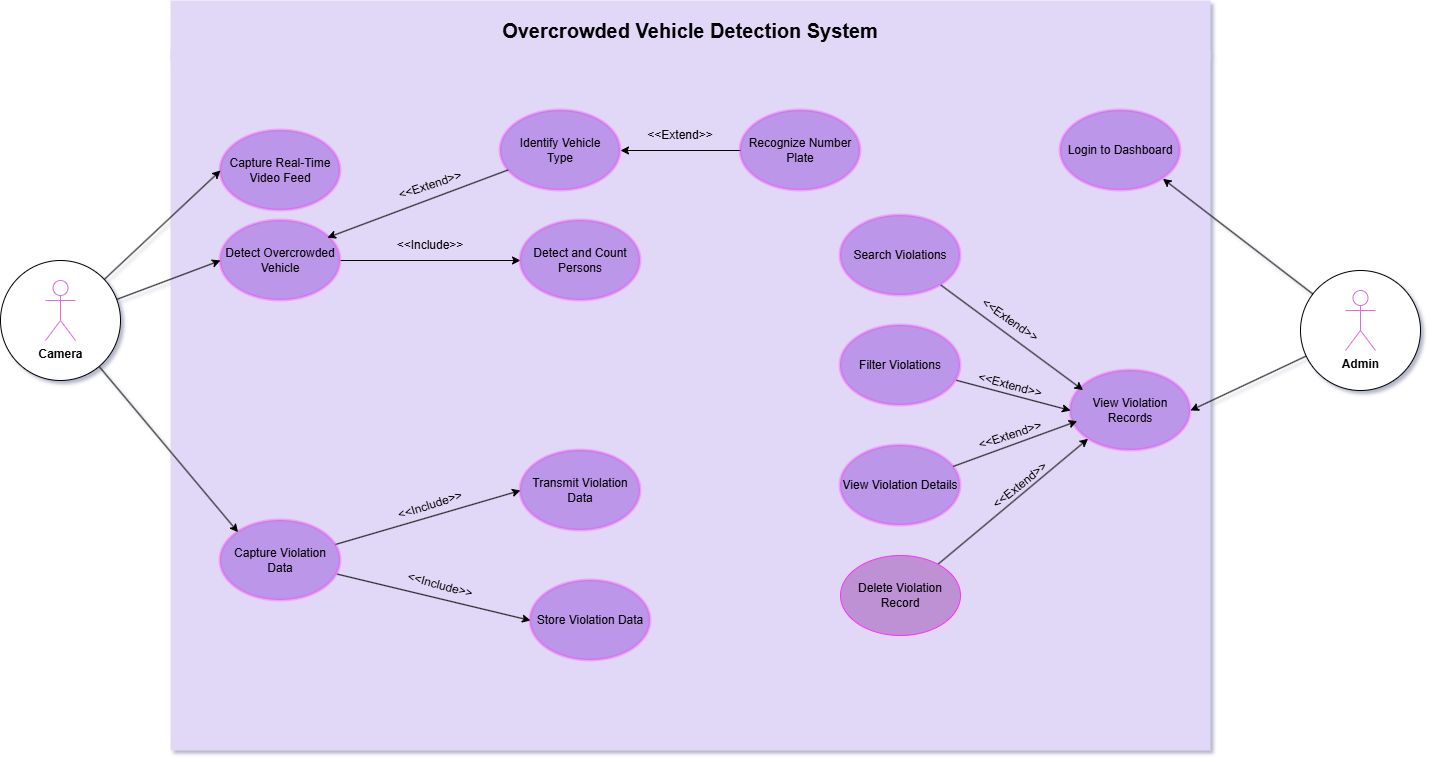
Earlier version of the draw.io export Use Case Diagram.png (safe-ride-AI/unsafe-passenger-detection). Source tidied: cells renumbered, new cells last; positions are measured from the earlier drawing's top-left corner, leaving out a move shared by most shapes.
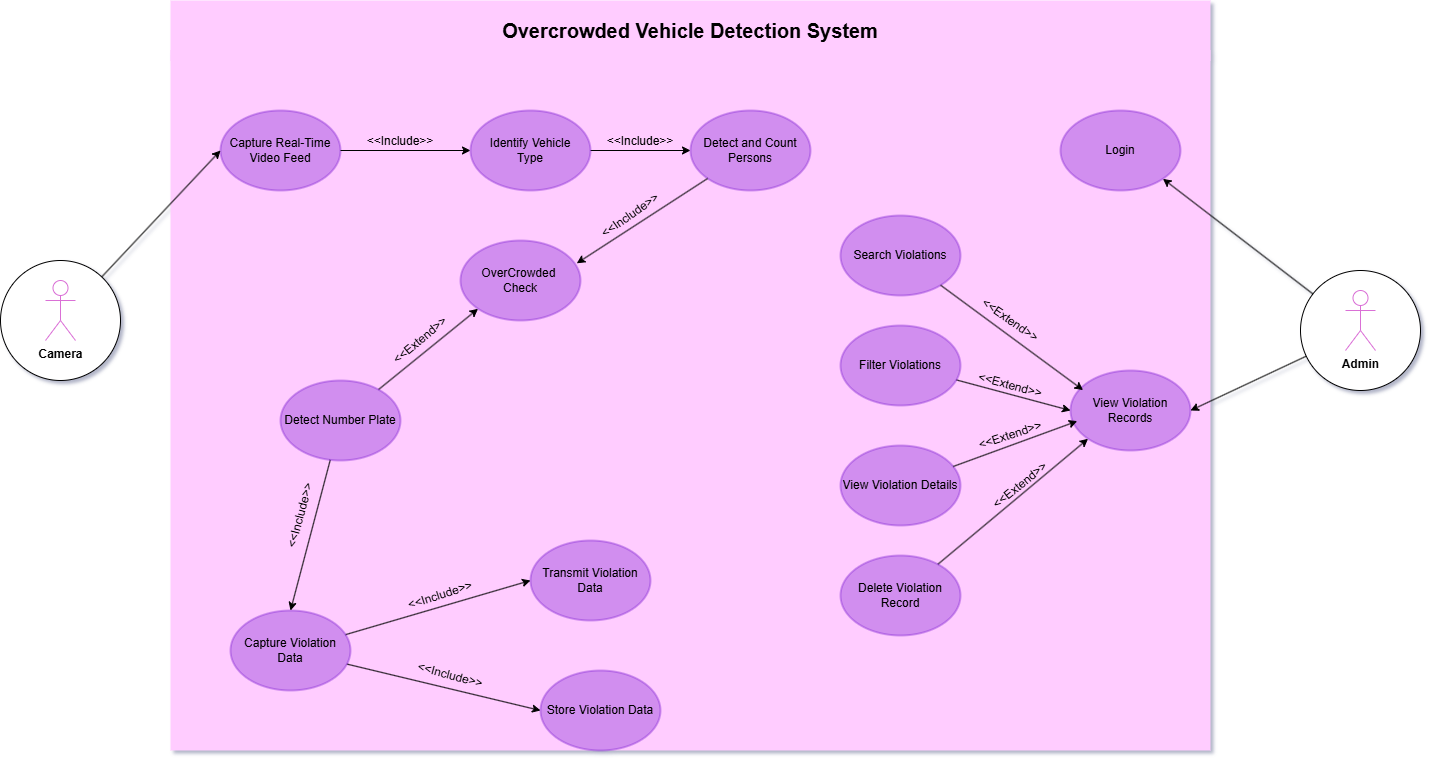
Above is the later version.

Commit message:
Functional Requirements and Use case diagram updated

Change to the diagram source:
```diff
@@ -4,19 +4,16 @@
     <mxCell id="1" parent="0" />
-    <mxCell id="2" style="rounded=0;whiteSpace=wrap;html=1;fillColor=light-dark(#E1D8F7,#E1D8F7);strokeColor=none;" parent="1" vertex="1">
+    <mxCell id="2" style="rounded=0;whiteSpace=wrap;html=1;fillColor=light-dark(#FFCCFF,#FFCCFF);strokeColor=none;" parent="1" vertex="1">
       <mxGeometry x="170" y="50" width="1040" height="700" as="geometry" />
     </mxCell>
-    <mxCell id="3" value="&lt;font style=&quot;color: light-dark(rgb(0, 0, 0), rgb(0, 0, 0));&quot;&gt;Capture Real-Time Video Feed&lt;/font&gt;" style="ellipse;whiteSpace=wrap;html=1;fillColor=light-dark(#6600CC,#7F00FF);fontColor=#000000;strokeColor=light-dark(#FF2EFF,#FF2EFF);fillStyle=auto;gradientColor=none;strokeWidth=3;opacity=30;" parent="1" vertex="1">
-      <mxGeometry x="220" y="130" width="120" height="80" as="geometry" />
+    <mxCell id="3" value="&lt;font style=&quot;color: light-dark(rgb(0, 0, 0), rgb(0, 0, 0));&quot;&gt;Capture Real-Time Video Feed&lt;/font&gt;" style="ellipse;whiteSpace=wrap;html=1;fillColor=light-dark(#6600CC,#6600CC);fontColor=#000000;strokeColor=light-dark(#6600CC,#6600CC);fillStyle=auto;gradientColor=none;strokeWidth=2;opacity=30;" parent="1" vertex="1">
+      <mxGeometry x="220" y="110" width="120" height="80" as="geometry" />
     </mxCell>
-    <mxCell id="4" style="edgeStyle=orthogonalEdgeStyle;rounded=0;jettySize=auto;html=1;entryX=0;entryY=0.5;entryDx=0;entryDy=0;strokeColor=light-dark(#000000,#000000);" parent="1" edge="1" source="5" target="6">
+    <mxCell id="4" style="edgeStyle=orthogonalEdgeStyle;rounded=0;jettySize=auto;html=1;entryX=0;entryY=0.5;entryDx=0;entryDy=0;strokeColor=light-dark(#000000,#000000);exitX=1;exitY=0.5;exitDx=0;exitDy=0;" parent="1" edge="1" source="3" target="9">
       <mxGeometry relative="1" as="geometry" />
     </mxCell>
-    <mxCell id="5" value="&lt;font style=&quot;color: light-dark(rgb(0, 0, 0), rgb(0, 0, 0));&quot;&gt;Detect Overcrowded Vehicle&lt;/font&gt;" style="ellipse;whiteSpace=wrap;html=1;fillColor=light-dark(#6600CC,#7F00FF);fontColor=#000000;strokeColor=light-dark(#FF2EFF,#FF2EFF);fillStyle=auto;gradientColor=none;strokeWidth=3;opacity=30;" parent="1" vertex="1">
-      <mxGeometry x="220" y="220" width="120" height="80" as="geometry" />
-    </mxCell>
-    <mxCell id="6" value="&lt;font style=&quot;color: light-dark(rgb(0, 0, 0), rgb(0, 0, 0));&quot;&gt;Detect and Count Persons&lt;/font&gt;" style="ellipse;whiteSpace=wrap;html=1;fillColor=light-dark(#6600CC,#7F00FF);fontColor=#000000;strokeColor=light-dark(#FF2EFF,#FF2EFF);fillStyle=auto;gradientColor=none;strokeWidth=3;opacity=30;" parent="1" vertex="1">
-      <mxGeometry x="520" y="220" width="120" height="80" as="geometry" />
+    <mxCell id="6" value="&lt;font style=&quot;color: light-dark(rgb(0, 0, 0), rgb(0, 0, 0));&quot;&gt;Detect and Count Persons&lt;/font&gt;" style="ellipse;whiteSpace=wrap;html=1;fillColor=light-dark(#6600CC,#6600CC);fontColor=#000000;strokeColor=light-dark(#6600CC,#6600CC);fillStyle=auto;gradientColor=none;strokeWidth=2;opacity=30;" parent="1" vertex="1">
+      <mxGeometry x="690" y="110" width="120" height="80" as="geometry" />
     </mxCell>
     <mxCell id="7" value="&lt;font style=&quot;color: light-dark(rgb(0, 0, 0), rgb(0, 0, 0));&quot;&gt;&amp;lt;&amp;lt;Include&amp;gt;&amp;gt;&lt;/font&gt;" style="text;html=1;whiteSpace=wrap;strokeColor=none;fillColor=none;align=center;verticalAlign=middle;rounded=0;" parent="1" vertex="1">
-      <mxGeometry x="400" y="230" width="60" height="30" as="geometry" />
+      <mxGeometry x="370" y="126" width="60" height="30" as="geometry" />
     </mxCell>
@@ -25,11 +22,8 @@
     </mxCell>
+    <mxCell id="45" style="edgeStyle=orthogonalEdgeStyle;rounded=0;jettySize=auto;html=1;entryX=0;entryY=0.5;entryDx=0;entryDy=0;strokeColor=light-dark(#000000,#000000);" parent="1" edge="1" source="9" target="6">
+      <mxGeometry relative="1" as="geometry" />
+    </mxCell>
-    <mxCell id="9" value="&lt;font style=&quot;color: light-dark(rgb(0, 0, 0), rgb(0, 0, 0));&quot;&gt;Identify Vehicle&lt;/font&gt;&lt;div&gt;&lt;span style=&quot;color: light-dark(rgb(0, 0, 0), rgb(0, 0, 0)); background-color: transparent;&quot;&gt;Type&lt;/span&gt;&lt;/div&gt;" style="ellipse;whiteSpace=wrap;html=1;fillColor=light-dark(#6600CC,#7F00FF);fontColor=#000000;strokeColor=light-dark(#FF2EFF,#FF2EFF);fillStyle=auto;gradientColor=none;strokeWidth=3;opacity=30;" parent="1" vertex="1">
-      <mxGeometry x="500" y="110" width="120" height="80" as="geometry" />
+    <mxCell id="9" value="&lt;font style=&quot;color: light-dark(rgb(0, 0, 0), rgb(0, 0, 0));&quot;&gt;Identify Vehicle&lt;/font&gt;&lt;div&gt;&lt;span style=&quot;color: light-dark(rgb(0, 0, 0), rgb(0, 0, 0)); background-color: transparent;&quot;&gt;Type&lt;/span&gt;&lt;/div&gt;" style="ellipse;whiteSpace=wrap;html=1;fillColor=light-dark(#6600CC,#6600CC);fontColor=#000000;strokeColor=light-dark(#6600CC,#6600CC);fillStyle=auto;gradientColor=none;strokeWidth=2;opacity=30;" parent="1" vertex="1">
+      <mxGeometry x="470" y="110" width="120" height="80" as="geometry" />
     </mxCell>
-    <mxCell id="10" style="rounded=0;jettySize=auto;html=1;entryX=0.891;entryY=0.214;entryDx=0;entryDy=0;entryPerimeter=0;strokeColor=light-dark(#000000,#000000);" parent="1" edge="1" source="9" target="5">
-      <mxGeometry relative="1" as="geometry" />
-    </mxCell>
-    <mxCell id="11" value="&lt;font style=&quot;color: light-dark(rgb(0, 0, 0), rgb(0, 0, 0));&quot;&gt;&amp;lt;&amp;lt;Extend&amp;gt;&amp;gt;&lt;/font&gt;" style="text;html=1;whiteSpace=wrap;strokeColor=none;fillColor=none;align=center;verticalAlign=middle;rounded=0;rotation=-18;" parent="1" vertex="1">
-      <mxGeometry x="400" y="170" width="60" height="30" as="geometry" />
-    </mxCell>
     <mxCell id="12" style="rounded=0;jettySize=auto;html=1;entryX=0;entryY=0.5;entryDx=0;entryDy=0;strokeColor=light-dark(#000000,#000000);" parent="1" edge="1" source="14" target="15">
@@ -40,24 +34,24 @@
     </mxCell>
-    <mxCell id="14" value="&lt;font style=&quot;color: light-dark(rgb(0, 0, 0), rgb(0, 0, 0));&quot;&gt;Capture Violation Data&lt;/font&gt;" style="ellipse;whiteSpace=wrap;html=1;fillColor=light-dark(#6600CC,#7F00FF);fontColor=#000000;strokeColor=light-dark(#FF2EFF,#FF2EFF);fillStyle=auto;gradientColor=none;strokeWidth=3;opacity=30;" parent="1" vertex="1">
-      <mxGeometry x="220" y="520" width="120" height="80" as="geometry" />
+    <mxCell id="14" value="&lt;font style=&quot;color: light-dark(rgb(0, 0, 0), rgb(0, 0, 0));&quot;&gt;Capture Violation Data&lt;/font&gt;" style="ellipse;whiteSpace=wrap;html=1;fillColor=light-dark(#6600CC,#6600CC);fontColor=#000000;strokeColor=light-dark(#6600CC,#6600CC);fillStyle=auto;gradientColor=none;strokeWidth=2;opacity=30;" parent="1" vertex="1">
+      <mxGeometry x="230" y="610" width="120" height="80" as="geometry" />
     </mxCell>
-    <mxCell id="15" value="&lt;font style=&quot;color: light-dark(rgb(0, 0, 0), rgb(0, 0, 0));&quot;&gt;Transmit Violation Data&lt;/font&gt;" style="ellipse;whiteSpace=wrap;html=1;fillColor=light-dark(#6600CC,#7F00FF);fontColor=#000000;strokeColor=light-dark(#FF2EFF,#FF2EFF);fillStyle=auto;gradientColor=none;strokeWidth=3;opacity=30;" parent="1" vertex="1">
-      <mxGeometry x="520" y="450" width="120" height="80" as="geometry" />
+    <mxCell id="15" value="&lt;font style=&quot;color: light-dark(rgb(0, 0, 0), rgb(0, 0, 0));&quot;&gt;Transmit Violation Data&lt;/font&gt;" style="ellipse;whiteSpace=wrap;html=1;fillColor=light-dark(#6600CC,#6600CC);fontColor=#000000;strokeColor=light-dark(#6600CC,#6600CC);fillStyle=auto;gradientColor=none;strokeWidth=2;opacity=30;" parent="1" vertex="1">
+      <mxGeometry x="530" y="540" width="120" height="80" as="geometry" />
     </mxCell>
-    <mxCell id="16" value="&lt;font style=&quot;color: light-dark(rgb(0, 0, 0), rgb(0, 0, 0));&quot;&gt;Store Violation Data&lt;/font&gt;" style="ellipse;whiteSpace=wrap;html=1;fillColor=light-dark(#6600CC,#7F00FF);fontColor=#000000;strokeColor=light-dark(#FF2EFF,#FF2EFF);fillStyle=auto;gradientColor=none;strokeWidth=3;opacity=30;" parent="1" vertex="1">
-      <mxGeometry x="530" y="580" width="120" height="80" as="geometry" />
+    <mxCell id="16" value="&lt;font style=&quot;color: light-dark(rgb(0, 0, 0), rgb(0, 0, 0));&quot;&gt;Store Violation Data&lt;/font&gt;" style="ellipse;whiteSpace=wrap;html=1;fillColor=light-dark(#6600CC,#6600CC);fontColor=#000000;strokeColor=light-dark(#6600CC,#6600CC);fillStyle=auto;gradientColor=none;strokeWidth=2;opacity=30;" parent="1" vertex="1">
+      <mxGeometry x="540" y="670" width="120" height="80" as="geometry" />
     </mxCell>
     <mxCell id="17" value="&lt;font style=&quot;color: light-dark(rgb(0, 0, 0), rgb(0, 0, 0));&quot;&gt;&amp;lt;&amp;lt;Include&amp;gt;&amp;gt;&lt;/font&gt;" style="text;html=1;whiteSpace=wrap;strokeColor=none;fillColor=none;align=center;verticalAlign=middle;rounded=0;rotation=-18;" parent="1" vertex="1">
-      <mxGeometry x="400" y="490" width="60" height="30" as="geometry" />
+      <mxGeometry x="410" y="580" width="60" height="30" as="geometry" />
     </mxCell>
     <mxCell id="18" value="&lt;font style=&quot;color: light-dark(rgb(0, 0, 0), rgb(0, 0, 0));&quot;&gt;&amp;lt;&amp;lt;Include&amp;gt;&amp;gt;&lt;/font&gt;" style="text;html=1;whiteSpace=wrap;strokeColor=none;fillColor=none;align=center;verticalAlign=middle;rounded=0;rotation=15;" parent="1" vertex="1">
-      <mxGeometry x="410" y="570" width="60" height="30" as="geometry" />
+      <mxGeometry x="420" y="660" width="60" height="30" as="geometry" />
     </mxCell>
-    <mxCell id="19" value="&lt;font style=&quot;color: light-dark(rgb(0, 0, 0), rgb(0, 0, 0));&quot;&gt;Login to Dashboard&lt;/font&gt;" style="ellipse;whiteSpace=wrap;html=1;fillColor=light-dark(#6600CC,#7F00FF);fontColor=#000000;strokeColor=light-dark(#FF2EFF,#FF2EFF);fillStyle=auto;gradientColor=none;strokeWidth=3;opacity=30;" parent="1" vertex="1">
+    <mxCell id="19" value="&lt;font style=&quot;color: light-dark(rgb(0, 0, 0), rgb(0, 0, 0));&quot;&gt;Login&lt;/font&gt;" style="ellipse;whiteSpace=wrap;html=1;fillColor=light-dark(#6600CC,#6600CC);fontColor=#000000;strokeColor=light-dark(#6600CC,#6600CC);fillStyle=auto;gradientColor=none;strokeWidth=2;opacity=30;" parent="1" vertex="1">
       <mxGeometry x="1060" y="110" width="120" height="80" as="geometry" />
     </mxCell>
-    <mxCell id="20" value="&lt;font style=&quot;color: light-dark(rgb(0, 0, 0), rgb(0, 0, 0));&quot;&gt;View Violation Records&lt;/font&gt;" style="ellipse;whiteSpace=wrap;html=1;fillColor=light-dark(#6600CC,#7F00FF);fontColor=#000000;strokeColor=light-dark(#FF2EFF,#FF2EFF);fillStyle=auto;gradientColor=none;strokeWidth=3;opacity=30;" parent="1" vertex="1">
+    <mxCell id="20" value="&lt;font style=&quot;color: light-dark(rgb(0, 0, 0), rgb(0, 0, 0));&quot;&gt;View Violation Records&lt;/font&gt;" style="ellipse;whiteSpace=wrap;html=1;fillColor=light-dark(#6600CC,#6600CC);fontColor=#000000;strokeColor=light-dark(#6600CC,#6600CC);fillStyle=auto;gradientColor=none;strokeWidth=2;opacity=30;" parent="1" vertex="1">
       <mxGeometry x="1070" y="370" width="120" height="80" as="geometry" />
     </mxCell>
-    <mxCell id="21" value="&lt;font style=&quot;color: light-dark(rgb(0, 0, 0), rgb(0, 0, 0));&quot;&gt;Search Violations&lt;/font&gt;" style="ellipse;whiteSpace=wrap;html=1;fillColor=light-dark(#6600CC,#7F00FF);fontColor=#000000;strokeColor=light-dark(#FF2EFF,#FF2EFF);fillStyle=auto;gradientColor=none;strokeWidth=3;opacity=30;" parent="1" vertex="1">
+    <mxCell id="21" value="&lt;font style=&quot;color: light-dark(rgb(0, 0, 0), rgb(0, 0, 0));&quot;&gt;Search Violations&lt;/font&gt;" style="ellipse;whiteSpace=wrap;html=1;fillColor=light-dark(#6600CC,#6600CC);fontColor=#000000;strokeColor=light-dark(#6600CC,#6600CC);fillStyle=auto;gradientColor=none;strokeWidth=2;opacity=30;" parent="1" vertex="1">
       <mxGeometry x="840" y="215" width="120" height="80" as="geometry" />
@@ -67,6 +61,6 @@
     </mxCell>
-    <mxCell id="23" value="&lt;font style=&quot;color: light-dark(rgb(0, 0, 0), rgb(0, 0, 0));&quot;&gt;Filter Violations&lt;/font&gt;" style="ellipse;whiteSpace=wrap;html=1;fillColor=light-dark(#6600CC,#7F00FF);fontColor=#000000;strokeColor=light-dark(#FF2EFF,#FF2EFF);fillStyle=auto;gradientColor=none;strokeWidth=3;opacity=30;" parent="1" vertex="1">
+    <mxCell id="23" value="&lt;font style=&quot;color: light-dark(rgb(0, 0, 0), rgb(0, 0, 0));&quot;&gt;Filter Violations&lt;/font&gt;" style="ellipse;whiteSpace=wrap;html=1;fillColor=light-dark(#6600CC,#6600CC);fontColor=#000000;strokeColor=light-dark(#6600CC,#6600CC);fillStyle=auto;gradientColor=none;strokeWidth=2;opacity=30;" parent="1" vertex="1">
       <mxGeometry x="840" y="325" width="120" height="80" as="geometry" />
     </mxCell>
-    <mxCell id="24" value="&lt;font style=&quot;color: light-dark(rgb(0, 0, 0), rgb(0, 0, 0));&quot;&gt;View Violation Details&lt;/font&gt;" style="ellipse;whiteSpace=wrap;html=1;fillColor=light-dark(#6600CC,#7F00FF);fontColor=#000000;strokeColor=light-dark(#FF2EFF,#FF2EFF);fillStyle=auto;gradientColor=none;strokeWidth=3;opacity=30;" parent="1" vertex="1">
+    <mxCell id="24" value="&lt;font style=&quot;color: light-dark(rgb(0, 0, 0), rgb(0, 0, 0));&quot;&gt;View Violation Details&lt;/font&gt;" style="ellipse;whiteSpace=wrap;html=1;fillColor=light-dark(#6600CC,#6600CC);fontColor=#000000;strokeColor=light-dark(#6600CC,#6600CC);fillStyle=auto;gradientColor=none;strokeWidth=2;opacity=30;" parent="1" vertex="1">
       <mxGeometry x="840" y="445" width="120" height="80" as="geometry" />
@@ -76,6 +70,6 @@
     </mxCell>
-    <mxCell id="26" value="&lt;font style=&quot;color: light-dark(rgb(0, 0, 0), rgb(0, 0, 0));&quot;&gt;Delete Violation Record&lt;/font&gt;" style="ellipse;whiteSpace=wrap;html=1;fillColor=light-dark(#BE90D4,#BE90D4);fontColor=#000000;strokeColor=light-dark(#FF2EFF,#FF2EFF);fillStyle=auto;gradientColor=none;strokeWidth=1;" parent="1" vertex="1">
+    <mxCell id="26" value="&lt;font style=&quot;color: light-dark(rgb(0, 0, 0), rgb(0, 0, 0));&quot;&gt;Delete Violation Record&lt;/font&gt;" style="ellipse;whiteSpace=wrap;html=1;fillColor=light-dark(#6600CC,#6600CC);fontColor=#000000;strokeColor=light-dark(#6600CC,#6600CC);fillStyle=auto;gradientColor=none;strokeWidth=2;opacity=30;" parent="1" vertex="1">
       <mxGeometry x="840" y="555" width="120" height="80" as="geometry" />
     </mxCell>
-    <mxCell id="27" value="&lt;font style=&quot;color: light-dark(rgb(0, 0, 0), rgb(0, 0, 0)); font-size: 20px;&quot;&gt;&lt;b style=&quot;&quot;&gt;Overcrowded Vehicle Detection System&lt;/b&gt;&lt;/font&gt;" style="rounded=0;whiteSpace=wrap;html=1;fillColor=light-dark(#E1D8F7,#E1D8F7);strokeColor=none;" parent="1" vertex="1">
+    <mxCell id="27" value="&lt;font style=&quot;color: light-dark(rgb(0, 0, 0), rgb(0, 0, 0)); font-size: 20px;&quot;&gt;&lt;b style=&quot;&quot;&gt;Overcrowded Vehicle Detection System&lt;/b&gt;&lt;/font&gt;" style="rounded=0;whiteSpace=wrap;html=1;fillColor=light-dark(#FFCCFF,#FFCCFF);strokeColor=none;" parent="1" vertex="1">
       <mxGeometry x="170" width="1040" height="60" as="geometry" />
@@ -85,8 +79,2 @@
     </mxCell>
-    <mxCell id="29" style="rounded=0;jettySize=auto;html=1;entryX=0;entryY=0.5;entryDx=0;entryDy=0;strokeColor=light-dark(#000000,#000000);" parent="1" edge="1" source="31" target="5">
-      <mxGeometry relative="1" as="geometry" />
-    </mxCell>
-    <mxCell id="30" style="rounded=0;jettySize=auto;html=1;entryX=0;entryY=0;entryDx=0;entryDy=0;strokeColor=light-dark(#000000,#000000);" parent="1" edge="1" source="31" target="14">
-      <mxGeometry relative="1" as="geometry" />
-    </mxCell>
     <mxCell id="31" style="ellipse;whiteSpace=wrap;html=1;strokeColor=default;fillColor=light-dark(#FFFFFF,#E1D8F7);" parent="1" vertex="1">
@@ -124,11 +112,29 @@
     </mxCell>
-    <mxCell id="42" style="edgeStyle=orthogonalEdgeStyle;rounded=0;jettySize=auto;html=1;entryX=1;entryY=0.5;entryDx=0;entryDy=0;strokeColor=light-dark(#000000,#000000);" parent="1" edge="1" source="43" target="9">
-      <mxGeometry relative="1" as="geometry" />
-    </mxCell>
+    <mxCell id="46" style="rounded=0;jettySize=auto;html=1;entryX=0.5;entryY=0;entryDx=0;entryDy=0;strokeColor=light-dark(#000000,#000000);" parent="1" edge="1" source="43" target="14">
+      <mxGeometry relative="1" as="geometry" />
+    </mxCell>
+    <mxCell id="47" style="rounded=0;jettySize=auto;html=1;entryX=0;entryY=1;entryDx=0;entryDy=0;strokeColor=light-dark(#000000,#000000);" parent="1" edge="1" source="43" target="50">
+      <mxGeometry relative="1" as="geometry" />
+    </mxCell>
-    <mxCell id="43" value="&lt;font style=&quot;color: light-dark(rgb(0, 0, 0), rgb(0, 0, 0));&quot;&gt;Recognize Number Plate&lt;/font&gt;" style="ellipse;whiteSpace=wrap;html=1;fillColor=light-dark(#6600CC,#7F00FF);fontColor=#000000;strokeColor=light-dark(#FF2EFF,#FF2EFF);fillStyle=auto;gradientColor=none;strokeWidth=3;opacity=30;" parent="1" vertex="1">
-      <mxGeometry x="740" y="110" width="120" height="80" as="geometry" />
+    <mxCell id="43" value="&lt;font style=&quot;color: light-dark(rgb(0, 0, 0), rgb(0, 0, 0));&quot;&gt;Detect Number Plate&lt;/font&gt;" style="ellipse;whiteSpace=wrap;html=1;fillColor=light-dark(#6600CC,#6600CC);fontColor=#000000;strokeColor=light-dark(#6600CC,#6600CC);fillStyle=auto;gradientColor=none;strokeWidth=2;opacity=30;" parent="1" vertex="1">
+      <mxGeometry x="280" y="380" width="120" height="80" as="geometry" />
     </mxCell>
-    <mxCell id="44" value="&lt;font style=&quot;color: light-dark(rgb(0, 0, 0), rgb(0, 0, 0));&quot;&gt;&amp;lt;&amp;lt;Extend&amp;gt;&amp;gt;&lt;/font&gt;" style="text;html=1;whiteSpace=wrap;strokeColor=none;fillColor=none;align=center;verticalAlign=middle;rounded=0;rotation=0;" parent="1" vertex="1">
-      <mxGeometry x="650" y="120" width="60" height="30" as="geometry" />
-    </mxCell>
+    <mxCell id="48" value="&lt;font style=&quot;color: light-dark(rgb(0, 0, 0), rgb(0, 0, 0));&quot;&gt;&amp;lt;&amp;lt;Include&amp;gt;&amp;gt;&lt;/font&gt;" style="text;html=1;whiteSpace=wrap;strokeColor=none;fillColor=none;align=center;verticalAlign=middle;rounded=0;" parent="1" vertex="1">
+      <mxGeometry x="610" y="126" width="60" height="30" as="geometry" />
+    </mxCell>
+    <mxCell id="49" value="&lt;font style=&quot;color: light-dark(rgb(0, 0, 0), rgb(0, 0, 0));&quot;&gt;&amp;lt;&amp;lt;Include&amp;gt;&amp;gt;&lt;/font&gt;" style="text;html=1;whiteSpace=wrap;strokeColor=none;fillColor=none;align=center;verticalAlign=middle;rounded=0;rotation=-75;" parent="1" vertex="1">
+      <mxGeometry x="270" y="500" width="60" height="30" as="geometry" />
+    </mxCell>
+    <mxCell id="50" value="&lt;font style=&quot;color: light-dark(rgb(0, 0, 0), rgb(0, 0, 0));&quot;&gt;OverCrowded&amp;nbsp;&lt;/font&gt;&lt;div&gt;&lt;font style=&quot;color: light-dark(rgb(0, 0, 0), rgb(0, 0, 0));&quot;&gt;Check&lt;/font&gt;&lt;/div&gt;" style="ellipse;whiteSpace=wrap;html=1;fillColor=light-dark(#6600CC,#6600CC);fontColor=#000000;strokeColor=light-dark(#6600CC,#6600CC);fillStyle=auto;gradientColor=none;strokeWidth=2;opacity=30;" parent="1" vertex="1">
+      <mxGeometry x="460" y="240" width="120" height="80" as="geometry" />
+    </mxCell>
+    <mxCell id="51" style="rounded=0;jettySize=auto;html=1;entryX=0.969;entryY=0.285;entryDx=0;entryDy=0;entryPerimeter=0;strokeColor=light-dark(#000000,#000000);" parent="1" edge="1" source="6" target="50">
+      <mxGeometry relative="1" as="geometry" />
+    </mxCell>
+    <mxCell id="52" value="&lt;font style=&quot;color: light-dark(rgb(0, 0, 0), rgb(0, 0, 0));&quot;&gt;&amp;lt;&amp;lt;Include&amp;gt;&amp;gt;&lt;/font&gt;" style="text;html=1;whiteSpace=wrap;strokeColor=none;fillColor=none;align=center;verticalAlign=middle;rounded=0;rotation=-35;" parent="1" vertex="1">
+      <mxGeometry x="600" y="200" width="60" height="30" as="geometry" />
+    </mxCell>
+    <mxCell id="53" value="&lt;font style=&quot;color: light-dark(rgb(0, 0, 0), rgb(0, 0, 0));&quot;&gt;&amp;lt;&amp;lt;Extend&amp;gt;&amp;gt;&lt;/font&gt;" style="text;html=1;whiteSpace=wrap;strokeColor=none;fillColor=none;align=center;verticalAlign=middle;rounded=0;rotation=-40;" parent="1" vertex="1">
+      <mxGeometry x="390" y="325" width="60" height="30" as="geometry" />
+    </mxCell>
   </root>
```
